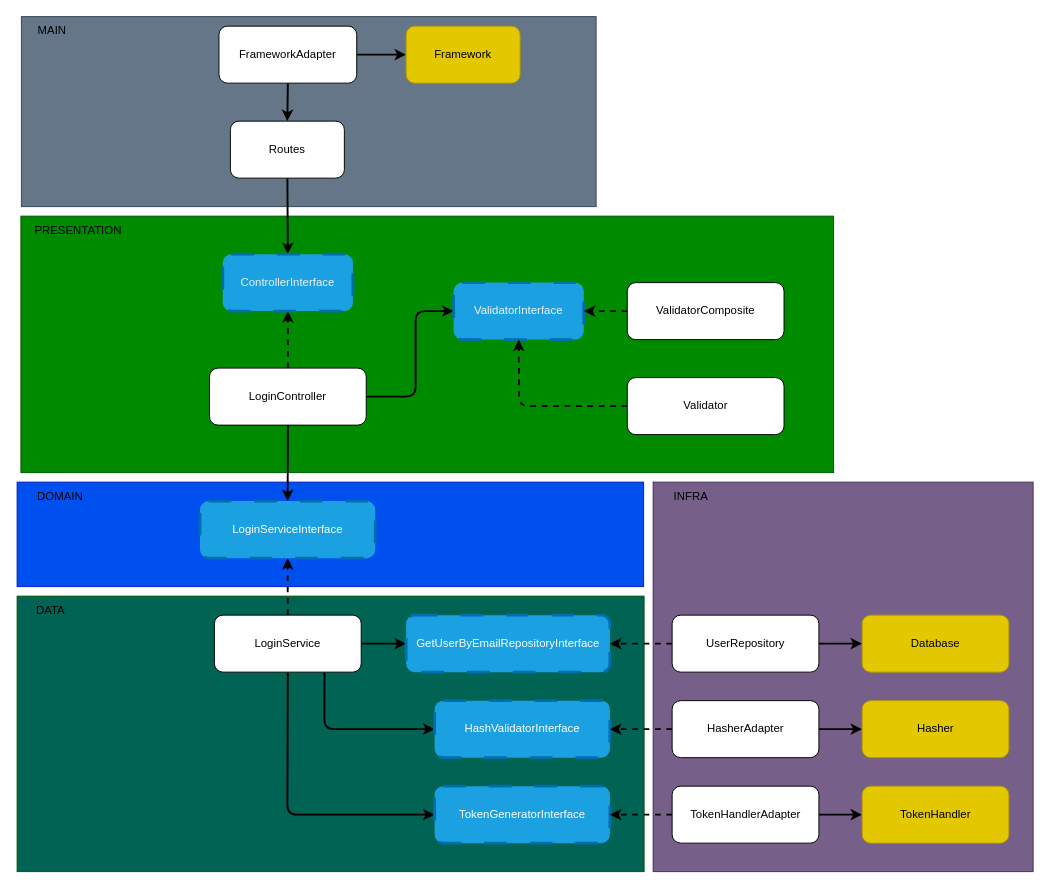
Above: diagrams/login.drawio in DouglasVolcato/node-tdd-clean-architecture (draw.io), before the change. Source tidied: cells renumbered, new cells numbered last; positions are measured from the earlier drawing's top-left corner, leaving out a move shared by most shapes. Both pictures are drawn from the tidied source at 95%, with x=0, y=0 at pixel (16, 16).
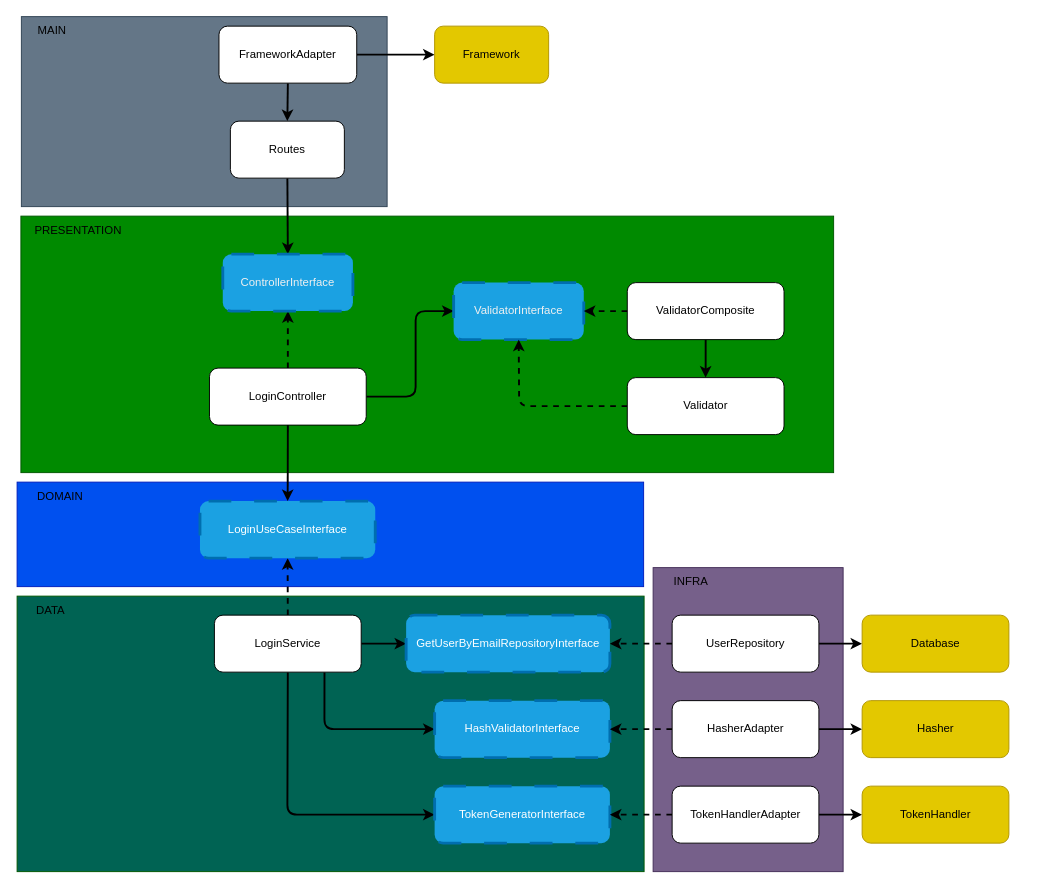
The same page after the edit.

Unchanged cells that the change refers to:
```xml
<mxCell id="45" value="ValidatorComposite" style="rounded=1;whiteSpace=wrap;html=1;" parent="1" vertex="1">
  <mxGeometry x="642.8" y="280" width="165" height="60" as="geometry" />
</mxCell>
<mxCell id="47" value="Validator" style="rounded=1;whiteSpace=wrap;html=1;" parent="1" vertex="1">
  <mxGeometry x="642.8" y="380" width="165" height="60" as="geometry" />
</mxCell>
```

Change to the diagram source:
```diff
@@
     <mxCell id="3" style="rounded=0;whiteSpace=wrap;html=1;fillColor=#76608a;fontColor=#ffffff;strokeColor=#432D57;" parent="1" vertex="1">
-      <mxGeometry x="670" y="490" width="400" height="410" as="geometry" />
+      <mxGeometry x="670" y="580" width="200" height="320" as="geometry" />
     </mxCell>
@@
     <mxCell id="6" style="rounded=0;whiteSpace=wrap;html=1;fillColor=#647687;fontColor=#ffffff;strokeColor=#314354;" parent="1" vertex="1">
-      <mxGeometry x="5" width="605" height="200" as="geometry" />
+      <mxGeometry x="5" width="385" height="200" as="geometry" />
     </mxCell>
@@
     <mxCell id="28" value="INFRA" style="text;html=1;strokeColor=none;fillColor=none;align=center;verticalAlign=middle;whiteSpace=wrap;rounded=0;" parent="1" vertex="1">
-      <mxGeometry x="670" y="490" width="80" height="30" as="geometry" />
+      <mxGeometry x="670" y="580" width="80" height="30" as="geometry" />
     </mxCell>
@@
-    <mxCell id="30" value="LoginServiceInterface" style="rounded=1;whiteSpace=wrap;html=1;dashed=1;dashPattern=8 8;strokeWidth=3;fillColor=#1ba1e2;fontColor=#ffffff;strokeColor=#006EAF;" parent="1" vertex="1">
+    <mxCell id="30" value="LoginUseCaseInterface" style="rounded=1;whiteSpace=wrap;html=1;dashed=1;dashPattern=8 8;strokeWidth=3;fillColor=#1ba1e2;fontColor=#ffffff;strokeColor=#006EAF;" parent="1" vertex="1">
       <mxGeometry x="193" y="510" width="184.5" height="60" as="geometry" />
     </mxCell>
@@
     <mxCell id="32" value="Framework" style="rounded=1;whiteSpace=wrap;html=1;fillColor=#e3c800;fontColor=#000000;strokeColor=#B09500;" parent="1" vertex="1">
-      <mxGeometry x="410" y="10" width="120" height="60" as="geometry" />
+      <mxGeometry x="440" y="10" width="120" height="60" as="geometry" />
     </mxCell>
@@
+    <mxCell id="49" style="edgeStyle=none;html=1;exitX=0.5;exitY=1;exitDx=0;exitDy=0;entryX=0.5;entryY=0;entryDx=0;entryDy=0;strokeWidth=2;" parent="1" edge="1" source="45" target="47">
+      <mxGeometry relative="1" as="geometry" />
+    </mxCell>
```
